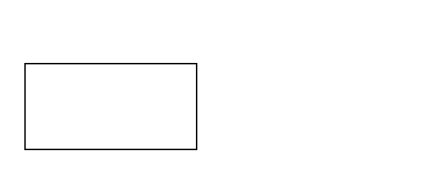
This is 未命名绘图.drawio from TTK2xx/drawio, a draw.io file, before an edit. Source tidied: cells renumbered, new cells numbered last; positions are measured from the earlier drawing's top-left corner, leaving out a move shared by most shapes. Both pictures are drawn from the tidied source at 143%, with x=0, y=0 at pixel (24, 63).
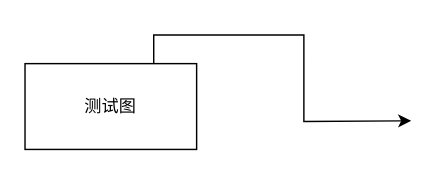
The same page after the edit.

Commit message (it also covers changes not shown here):
更新未命名绘图.drawio

Diff of the diagram source:
```diff
@@
 <mxGraphModel>
   <root>
     <mxCell id="0" />
     <mxCell id="1" parent="0" />
+    <mxCell id="3" style="edgeStyle=orthogonalEdgeStyle;rounded=0;jettySize=auto;html=1;exitX=0.75;exitY=0;exitDx=0;exitDy=0;" parent="1" edge="1" source="2">
+      <mxGeometry relative="1" as="geometry">
+        <mxPoint x="270" y="40" as="targetPoint" />
+      </mxGeometry>
+    </mxCell>
-    <mxCell id="2" style="rounded=0;whiteSpace=wrap;html=1;" parent="1" vertex="1">
+    <mxCell id="2" value="测试图" style="rounded=0;whiteSpace=wrap;html=1;" parent="1" vertex="1">
       <mxGeometry width="120" height="60" as="geometry" />
     </mxCell>
   </root>
 </mxGraphModel>
```
